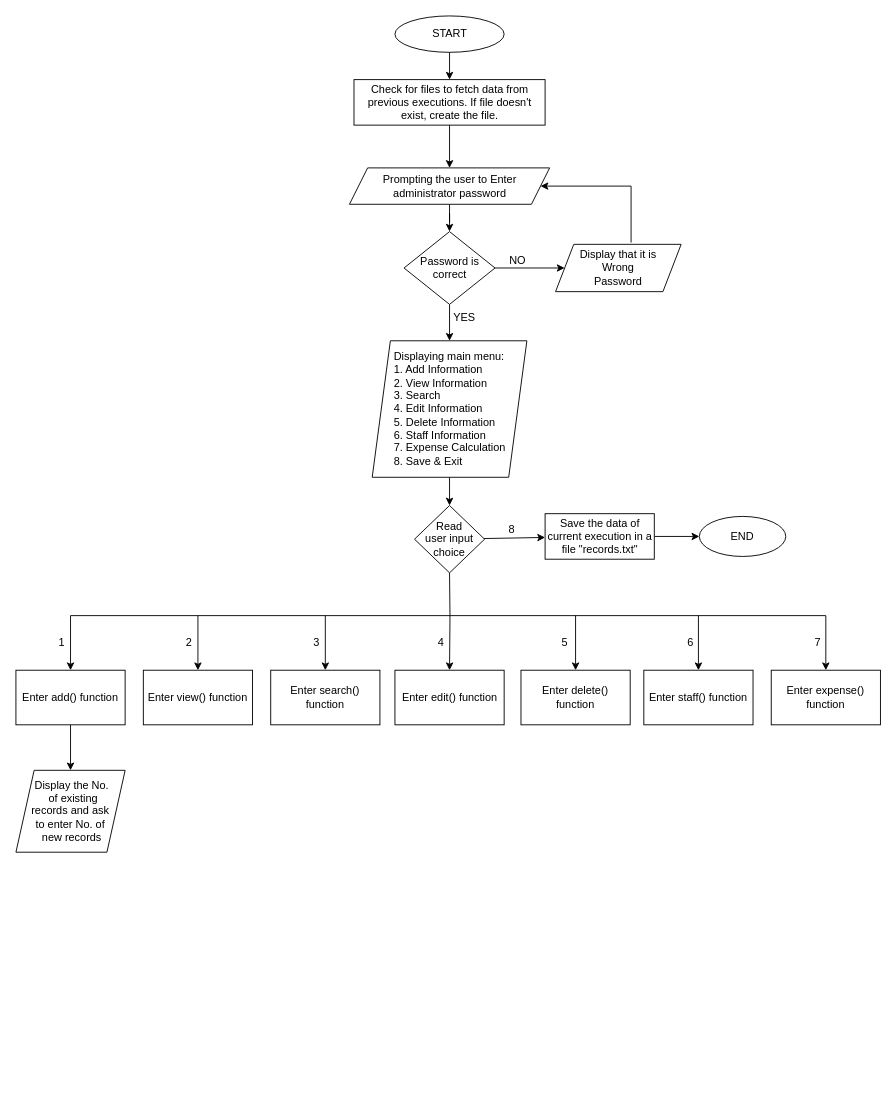
Before: Untitled Diagram.drawio in adivishnu-a/Hospital-Management-System, a draw.io diagram. Source tidied: cells renumbered, new cells numbered last; positions are measured from the earlier drawing's top-left corner, leaving out a move shared by most shapes. Both pictures are drawn from the tidied source at 91%, with x=0, y=0 at pixel (15, 15).
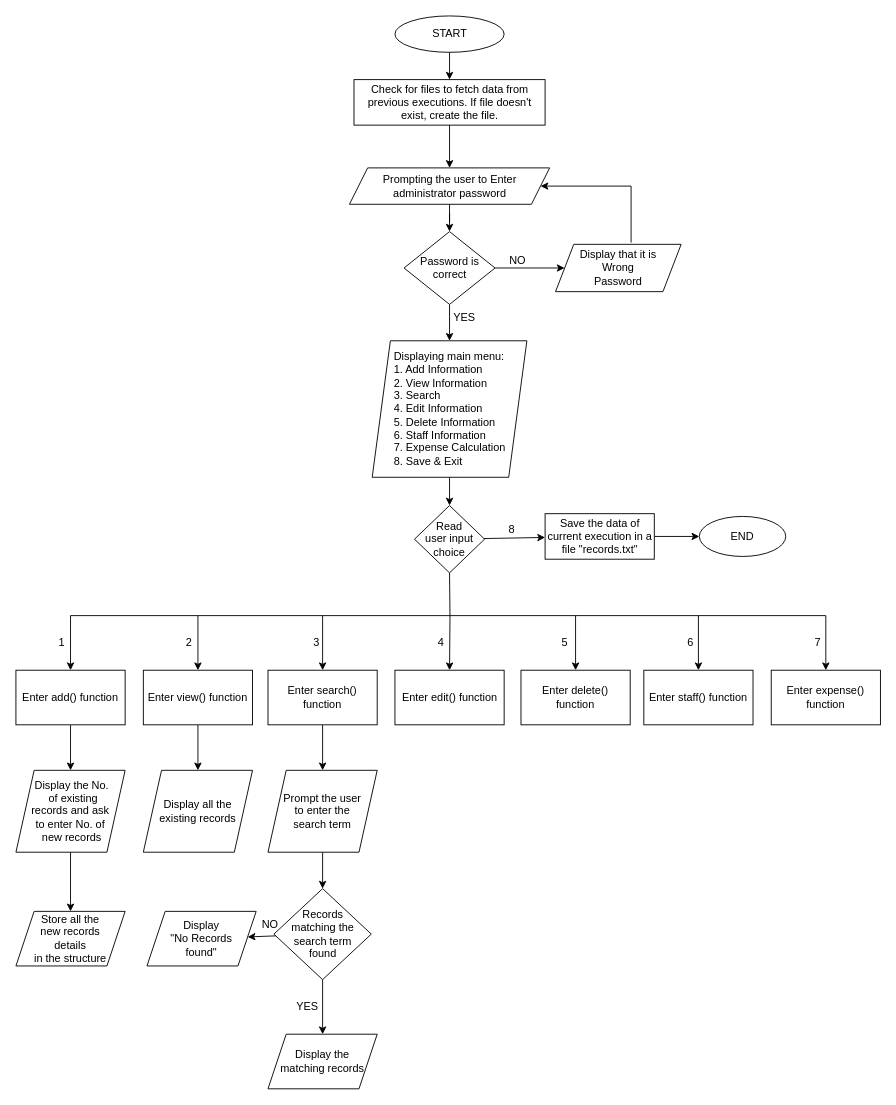
Above is the later version.

The change refers to these unchanged cells:
```xml
<mxCell id="29" value="Enter view() function" style="rounded=0;whiteSpace=wrap;html=1;" parent="1" vertex="1">
  <mxGeometry x="140" y="719" width="120" height="60" as="geometry" />
</mxCell>
<mxCell id="47" value="&lt;div&gt;&lt;span&gt;&amp;nbsp;Display the No. &lt;br&gt;&amp;nbsp; of existing &lt;br&gt;records and ask &lt;br&gt;to enter No. of&lt;br&gt;&amp;nbsp;new records&lt;/span&gt;&lt;/div&gt;" style="shape=parallelogram;perimeter=parallelogramPerimeter;whiteSpace=wrap;html=1;fixedSize=1;rounded=0;align=center;" parent="1" vertex="1">
  <mxGeometry y="829" width="120" height="90" as="geometry" />
</mxCell>
```

Diff of the diagram source:
```diff
@@
+    <mxCell id="48" style="edgeStyle=none;rounded=0;jettySize=auto;html=1;fontColor=#3399FF;" parent="1" edge="1" source="29" target="51">
+      <mxGeometry relative="1" as="geometry" />
+    </mxCell>
@@
     <mxCell id="30" style="endArrow=classic;html=1;rounded=0;entryX=0.5;entryY=0;entryDx=0;entryDy=0;" parent="1" edge="1" target="31">
       <mxGeometry relative="1" as="geometry">
-        <mxPoint x="340" y="659" as="sourcePoint" />
+        <mxPoint x="337" y="659" as="sourcePoint" />
       </mxGeometry>
     </mxCell>
+    <mxCell id="49" style="edgeStyle=none;rounded=0;jettySize=auto;html=1;fontColor=#3399FF;" parent="1" edge="1" source="31" target="53">
+      <mxGeometry relative="1" as="geometry" />
+    </mxCell>
     <mxCell id="31" value="Enter search()&lt;br&gt;function" style="rounded=0;whiteSpace=wrap;html=1;" parent="1" vertex="1">
-      <mxGeometry x="280" y="719" width="120" height="60" as="geometry" />
+      <mxGeometry x="277" y="719" width="120" height="60" as="geometry" />
     </mxCell>
@@
+    <mxCell id="50" style="edgeStyle=none;rounded=0;jettySize=auto;html=1;fontColor=#3399FF;entryX=0.5;entryY=0;entryDx=0;entryDy=0;" parent="1" edge="1" source="47" target="59">
+      <mxGeometry relative="1" as="geometry" />
+    </mxCell>
@@
+    <mxCell id="51" value="Display all the existing records" style="shape=parallelogram;perimeter=parallelogramPerimeter;whiteSpace=wrap;html=1;fixedSize=1;rounded=0;" parent="1" vertex="1">
+      <mxGeometry x="140" y="829" width="120" height="90" as="geometry" />
+    </mxCell>
+    <mxCell id="52" style="edgeStyle=none;rounded=0;jettySize=auto;html=1;fontColor=#3399FF;" parent="1" edge="1" source="53" target="56">
+      <mxGeometry relative="1" as="geometry" />
+    </mxCell>
+    <mxCell id="53" value="Prompt the user &lt;br&gt;to enter the &lt;br&gt;search term" style="shape=parallelogram;perimeter=parallelogramPerimeter;whiteSpace=wrap;html=1;fixedSize=1;rounded=0;align=center;" parent="1" vertex="1">
+      <mxGeometry x="277" y="829" width="120" height="90" as="geometry" />
+    </mxCell>
+    <mxCell id="54" style="edgeStyle=none;rounded=0;jettySize=auto;html=1;fontColor=#3399FF;" parent="1" edge="1" source="56" target="57">
+      <mxGeometry relative="1" as="geometry" />
+    </mxCell>
+    <mxCell id="55" style="edgeStyle=none;rounded=0;jettySize=auto;html=1;fontColor=#000000;" parent="1" edge="1" source="56" target="60">
+      <mxGeometry relative="1" as="geometry" />
+    </mxCell>
+    <mxCell id="56" value="Records &lt;br&gt;matching the search term &lt;br&gt;found" style="rhombus;whiteSpace=wrap;html=1;rounded=0;" parent="1" vertex="1">
+      <mxGeometry x="283.5" y="959" width="107" height="100" as="geometry" />
+    </mxCell>
+    <mxCell id="57" value="Display&lt;br&gt;&quot;No Records &lt;br&gt;found&quot;" style="shape=parallelogram;perimeter=parallelogramPerimeter;whiteSpace=wrap;html=1;fixedSize=1;rounded=0;" parent="1" vertex="1">
+      <mxGeometry x="144" y="984" width="120" height="60" as="geometry" />
+    </mxCell>
+    <mxCell id="58" value="&lt;font color=&quot;#000000&quot;&gt;NO&lt;/font&gt;" style="text;html=1;align=center;verticalAlign=middle;strokeColor=none;fillColor=none;fontColor=#3399FF;" parent="1" vertex="1">
+      <mxGeometry x="264" y="989" width="30" height="20" as="geometry" />
+    </mxCell>
+    <mxCell id="59" value="&lt;div&gt;Store all the &lt;br&gt;new records &lt;br&gt;details&lt;/div&gt;&lt;div&gt;in&amp;nbsp;the structure&lt;/div&gt;" style="shape=parallelogram;perimeter=parallelogramPerimeter;whiteSpace=wrap;html=1;fixedSize=1;rounded=0;fontColor=#000000;" parent="1" vertex="1">
+      <mxGeometry y="984" width="120" height="60" as="geometry" />
+    </mxCell>
+    <mxCell id="60" value="Display the &lt;br&gt;matching records" style="shape=parallelogram;perimeter=parallelogramPerimeter;whiteSpace=wrap;html=1;fixedSize=1;rounded=0;" parent="1" vertex="1">
+      <mxGeometry x="277" y="1119" width="120" height="60" as="geometry" />
+    </mxCell>
+    <mxCell id="61" value="YES" style="text;html=1;align=center;verticalAlign=middle;strokeColor=none;fillColor=none;fontColor=#000000;" parent="1" vertex="1">
+      <mxGeometry x="300" y="1079" width="40" height="20" as="geometry" />
+    </mxCell>
```
